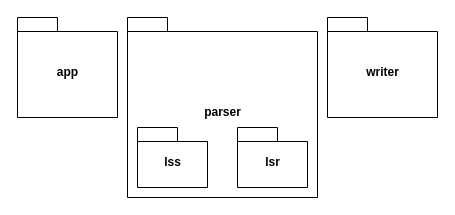
This is img/drawio/i_package.drawio from Delzye/bachelors_thesis_anton_mende, a draw.io file, before an edit. Source tidied: cells renumbered, new cells numbered last; positions are measured from the earlier drawing's top-left corner, leaving out a move shared by most shapes. Both pictures are drawn from the tidied source at 100%, with x=0, y=0 at pixel (17, 17).
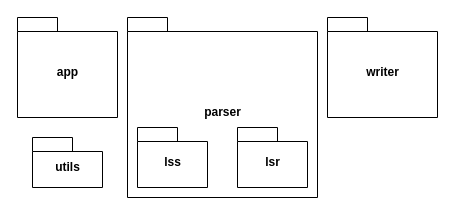
Above is the later version.

Change to the diagram source:
```diff
@@
 <mxGraphModel>
   <root>
     <mxCell id="0" />
     <mxCell id="1" parent="0" />
     <mxCell id="2" value="app" style="shape=folder;fontStyle=1;spacingTop=10;tabWidth=40;tabHeight=14;tabPosition=left;html=1;" parent="1" vertex="1">
       <mxGeometry width="100" height="100" as="geometry" />
     </mxCell>
     <mxCell id="3" value="parser" style="shape=folder;fontStyle=1;spacingTop=10;tabWidth=40;tabHeight=14;tabPosition=left;html=1;" parent="1" vertex="1">
       <mxGeometry x="110" width="190" height="180" as="geometry" />
     </mxCell>
     <mxCell id="4" value="writer" style="shape=folder;fontStyle=1;spacingTop=10;tabWidth=40;tabHeight=14;tabPosition=left;html=1;" parent="1" vertex="1">
       <mxGeometry x="310" width="110" height="100" as="geometry" />
     </mxCell>
     <mxCell id="5" value="lss" style="shape=folder;fontStyle=1;spacingTop=10;tabWidth=40;tabHeight=14;tabPosition=left;html=1;" parent="1" vertex="1">
       <mxGeometry x="120" y="110" width="70" height="60" as="geometry" />
     </mxCell>
     <mxCell id="6" value="lsr" style="shape=folder;fontStyle=1;spacingTop=10;tabWidth=40;tabHeight=14;tabPosition=left;html=1;" parent="1" vertex="1">
       <mxGeometry x="220" y="110" width="70" height="60" as="geometry" />
     </mxCell>
+    <mxCell id="7" value="utils" style="shape=folder;fontStyle=1;spacingTop=10;tabWidth=40;tabHeight=14;tabPosition=left;html=1;" parent="1" vertex="1">
+      <mxGeometry x="15" y="120" width="70" height="50" as="geometry" />
+    </mxCell>
   </root>
 </mxGraphModel>
```
